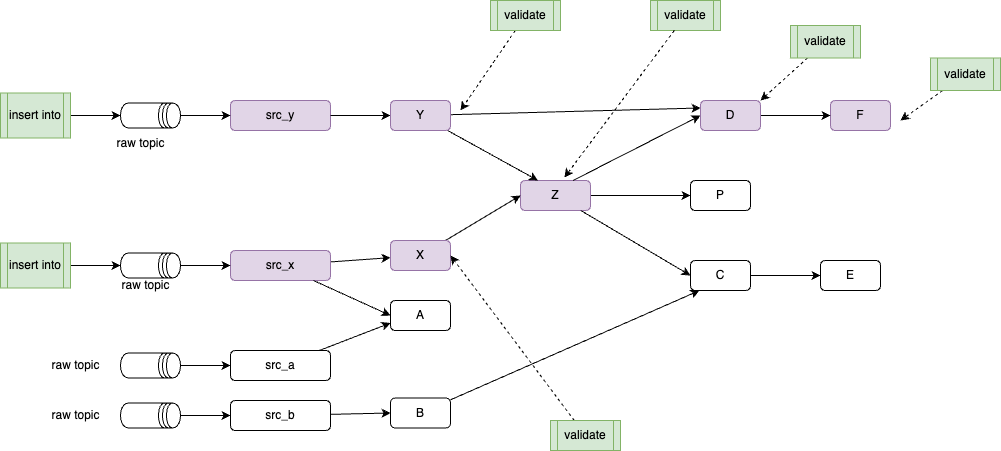
Before: docs/coding/images/test_frwk_flink_pipeline.drawio.png, a diagram exported from draw.io (jbcodeforce/shift_left_utils). Source tidied: cells renumbered, new cells last; positions are measured from the earlier drawing's top-left corner, leaving out a move shared by most shapes.
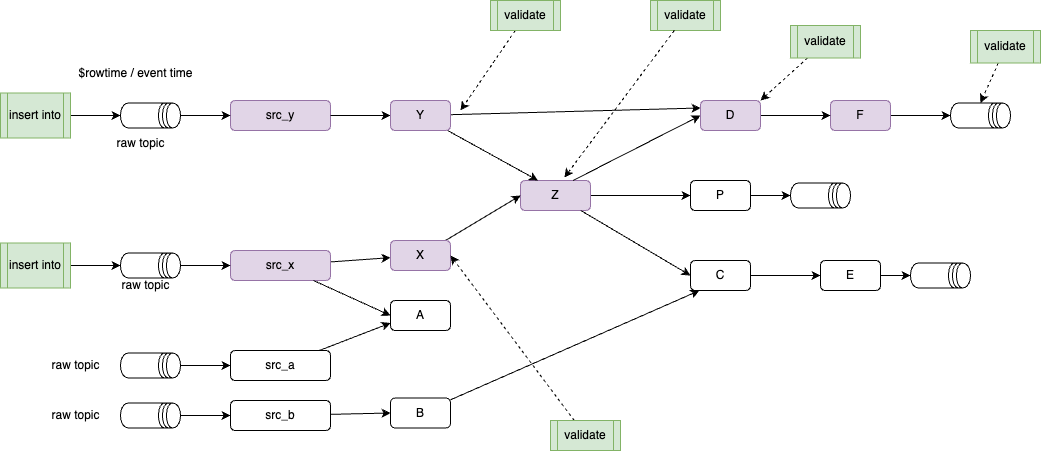
Later version of the same file.

What changed in the source:
```diff
@@ -23,9 +23,15 @@
     <mxCell id="8" style="edgeStyle=none;html=1;entryX=0;entryY=0.5;entryDx=0;entryDy=0;exitX=1;exitY=0.5;exitDx=0;exitDy=0;" parent="1" edge="1" source="19" target="9">
       <mxGeometry relative="1" as="geometry" />
     </mxCell>
+    <mxCell id="56" style="edgeStyle=none;html=1;entryX=0.5;entryY=1;entryDx=0;entryDy=0;" parent="1" edge="1" source="9" target="62">
+      <mxGeometry relative="1" as="geometry" />
+    </mxCell>
     <mxCell id="9" value="E" style="rounded=1;whiteSpace=wrap;html=1;" parent="1" vertex="1">
       <mxGeometry x="820" y="260" width="60" height="30" as="geometry" />
     </mxCell>
+    <mxCell id="57" style="edgeStyle=none;html=1;" parent="1" edge="1" source="10" target="60">
+      <mxGeometry relative="1" as="geometry" />
+    </mxCell>
     <mxCell id="10" value="F" style="rounded=1;whiteSpace=wrap;html=1;fillColor=#e1d5e7;strokeColor=#9673a6;" parent="1" vertex="1">
       <mxGeometry x="830" y="100" width="60" height="30" as="geometry" />
     </mxCell>
@@ -62,6 +68,9 @@
     <mxCell id="21" value="D" style="rounded=1;whiteSpace=wrap;html=1;fillColor=#e1d5e7;strokeColor=#9673a6;" parent="1" vertex="1">
       <mxGeometry x="700" y="100" width="60" height="30" as="geometry" />
     </mxCell>
+    <mxCell id="58" style="edgeStyle=none;html=1;entryX=0.5;entryY=1;entryDx=0;entryDy=0;" parent="1" edge="1" source="22" target="61">
+      <mxGeometry relative="1" as="geometry" />
+    </mxCell>
     <mxCell id="22" value="P" style="rounded=1;whiteSpace=wrap;html=1;" parent="1" vertex="1">
       <mxGeometry x="690" y="180" width="60" height="30" as="geometry" />
     </mxCell>
@@ -122,13 +131,11 @@
     <mxCell id="41" value="insert into" style="shape=process;whiteSpace=wrap;html=1;backgroundOutline=1;fillColor=#d5e8d4;strokeColor=#82b366;" parent="1" vertex="1">
       <mxGeometry y="242.5" width="70" height="45" as="geometry" />
     </mxCell>
-    <mxCell id="42" style="edgeStyle=none;html=1;dashed=1;" parent="1" edge="1" source="43">
-      <mxGeometry relative="1" as="geometry">
-        <mxPoint x="900" y="120" as="targetPoint" />
-      </mxGeometry>
+    <mxCell id="42" style="edgeStyle=none;html=1;dashed=1;entryX=0;entryY=0.5;entryDx=0;entryDy=0;" parent="1" edge="1" source="43" target="60">
+      <mxGeometry relative="1" as="geometry" />
     </mxCell>
     <mxCell id="43" value="validate" style="shape=process;whiteSpace=wrap;html=1;backgroundOutline=1;fillColor=#d5e8d4;strokeColor=#82b366;" parent="1" vertex="1">
-      <mxGeometry x="930" y="57.5" width="70" height="32.5" as="geometry" />
+      <mxGeometry x="970" y="30" width="70" height="32.5" as="geometry" />
     </mxCell>
     <mxCell id="44" style="edgeStyle=none;html=1;dashed=1;" parent="1" edge="1" source="45">
       <mxGeometry relative="1" as="geometry">
@@ -168,5 +175,17 @@
     <mxCell id="55" value="raw topic" style="text;html=1;align=center;verticalAlign=middle;strokeColor=none;fillColor=none;" parent="1" vertex="1">
       <mxGeometry x="40" y="400" width="70" height="30" as="geometry" />
     </mxCell>
+    <mxCell id="59" value="$rowtime / event time" style="text;html=1;align=center;verticalAlign=middle;strokeColor=none;fillColor=none;" parent="1" vertex="1">
+      <mxGeometry x="65" y="57.5" width="140" height="30" as="geometry" />
+    </mxCell>
+    <mxCell id="60" style="shape=datastore;whiteSpace=wrap;html=1;direction=south;" parent="1" vertex="1">
+      <mxGeometry x="950" y="102.5" width="60" height="25" as="geometry" />
+    </mxCell>
+    <mxCell id="61" style="shape=datastore;whiteSpace=wrap;html=1;direction=south;" parent="1" vertex="1">
+      <mxGeometry x="790" y="182.5" width="60" height="25" as="geometry" />
+    </mxCell>
+    <mxCell id="62" style="shape=datastore;whiteSpace=wrap;html=1;direction=south;" parent="1" vertex="1">
+      <mxGeometry x="910" y="262.5" width="60" height="25" as="geometry" />
+    </mxCell>
   </root>
 </mxGraphModel>
```
